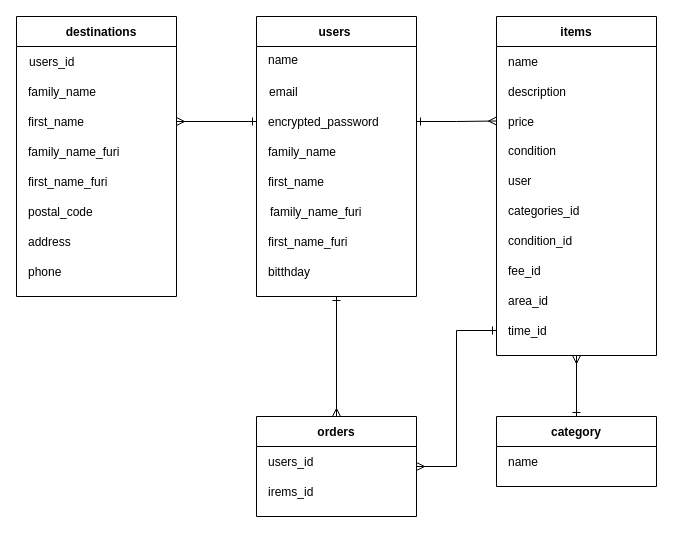
This is ER.dio from westvillege/furima-29642, a draw.io file, before an edit. Source tidied: cells renumbered, new cells numbered last; positions are measured from the earlier drawing's top-left corner, leaving out a move shared by most shapes. Both pictures are drawn from the tidied source at 100%, with x=0, y=0 at pixel (16, 16).
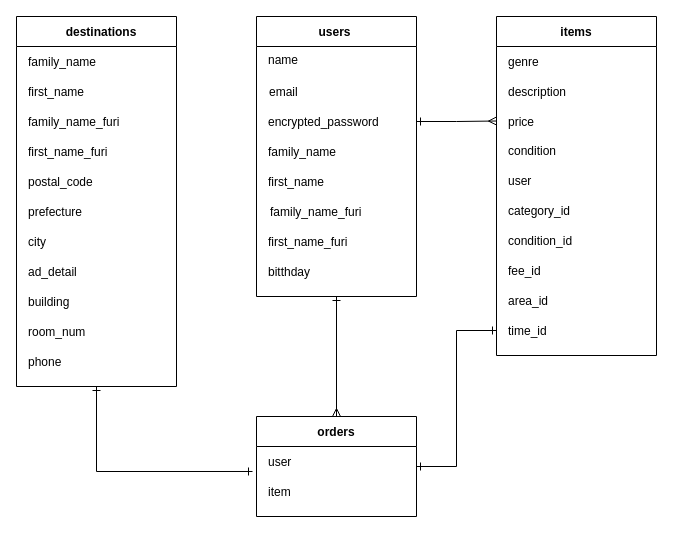
Above is the later version.

Unchanged cells that the change refers to:
```xml
<mxCell id="8" style="shape=partialRectangle;fillColor=none;top=0;left=0;bottom=0;right=0;points=[[0,0.5],[1,0.5]];portConstraint=eastwest;" parent="3" vertex="1">
  <mxGeometry y="90" width="160" height="30" as="geometry" />
</mxCell>
<mxCell id="37" value="items" style="shape=table;startSize=30;childLayout=tableLayout;rowLines=0;fontStyle=1;align=center;" parent="1" vertex="1">
  <mxGeometry x="480" width="160" height="339" as="geometry" />
</mxCell>
<mxCell id="38" style="shape=partialRectangle;fillColor=none;top=0;left=0;bottom=0;right=0;align=left;spacingLeft=10;" parent="37" vertex="1">
  <mxGeometry y="30" width="160" height="30" as="geometry" />
</mxCell>
<mxCell id="48" style="shape=partialRectangle;fillColor=none;top=0;left=0;bottom=0;right=0;" parent="37" vertex="1">
  <mxGeometry y="179" width="160" height="30" as="geometry" />
</mxCell>
<mxCell id="56" style="shape=partialRectangle;fillColor=none;top=0;left=0;bottom=0;right=0;points=[[0,0.5],[1,0.5]];portConstraint=eastwest;" parent="37" vertex="1">
  <mxGeometry y="299" width="160" height="30" as="geometry" />
</mxCell>
<mxCell id="62" value="orders" style="shape=table;startSize=30;childLayout=tableLayout;rowLines=0;fontStyle=1;align=center;" parent="1" vertex="1">
  <mxGeometry x="240" y="400" width="160" height="100" as="geometry" />
</mxCell>
<mxCell id="63" style="shape=partialRectangle;fillColor=none;top=0;left=0;bottom=0;right=0;points=[[0,0.5],[1,0.5]];portConstraint=eastwest;" parent="62" vertex="1">
  <mxGeometry y="30" width="160" height="30" as="geometry" />
</mxCell>
<mxCell id="65" style="shape=partialRectangle;fillColor=none;top=0;left=0;bottom=0;right=0;" parent="62" vertex="1">
  <mxGeometry y="60" width="160" height="30" as="geometry" />
</mxCell>
```

The edit, as a diff of the source:
```diff
@@
+    <mxCell id="70" style="edgeStyle=orthogonalEdgeStyle;rounded=0;jettySize=auto;html=1;exitX=0.5;exitY=1;exitDx=0;exitDy=0;entryX=-0.025;entryY=0.833;entryDx=0;entryDy=0;entryPerimeter=0;startArrow=ERone;startFill=0;endArrow=ERone;endFill=0;" parent="1" edge="1" source="20" target="63">
+      <mxGeometry relative="1" as="geometry" />
+    </mxCell>
     <mxCell id="20" value="destinations" style="shape=table;startSize=30;childLayout=tableLayout;rowLines=0;fontStyle=1;align=center;spacingLeft=10;" parent="1" vertex="1">
-      <mxGeometry width="160" height="280" as="geometry" />
+      <mxGeometry width="160" height="370" as="geometry" />
     </mxCell>
-    <mxCell id="21" style="shape=partialRectangle;fillColor=none;top=0;left=0;bottom=0;right=0;" parent="20" vertex="1">
-      <mxGeometry y="30" width="160" height="30" as="geometry" />
-    </mxCell>
-    <mxCell id="22" value="users_id" style="shape=partialRectangle;fillColor=none;top=0;left=0;bottom=0;right=0;overflow=hidden;align=left;spacingLeft=11;" parent="21" vertex="1">
-      <mxGeometry width="160" height="30" as="geometry" />
-    </mxCell>
     <mxCell id="23" style="shape=partialRectangle;fillColor=none;top=0;left=0;bottom=0;right=0;" parent="20" vertex="1">
-      <mxGeometry y="60" width="160" height="30" as="geometry" />
+      <mxGeometry y="30" width="160" height="30" as="geometry" />
     </mxCell>
@@
     <mxCell id="25" style="shape=partialRectangle;fillColor=none;top=0;left=0;bottom=0;right=0;points=[[0,0.5],[1,0.5]];portConstraint=eastwest;" parent="20" vertex="1">
-      <mxGeometry y="90" width="160" height="30" as="geometry" />
+      <mxGeometry y="60" width="160" height="30" as="geometry" />
     </mxCell>
@@
     <mxCell id="27" style="shape=partialRectangle;fillColor=none;top=0;left=0;bottom=0;right=0;" parent="20" vertex="1">
-      <mxGeometry y="120" width="160" height="30" as="geometry" />
+      <mxGeometry y="90" width="160" height="30" as="geometry" />
     </mxCell>
@@
     <mxCell id="29" style="shape=partialRectangle;fillColor=none;top=0;left=0;bottom=0;right=0;" parent="20" vertex="1">
-      <mxGeometry y="150" width="160" height="30" as="geometry" />
+      <mxGeometry y="120" width="160" height="30" as="geometry" />
     </mxCell>
@@
     <mxCell id="31" style="shape=partialRectangle;fillColor=none;top=0;left=0;bottom=0;right=0;" parent="20" vertex="1">
-      <mxGeometry y="180" width="160" height="30" as="geometry" />
+      <mxGeometry y="150" width="160" height="30" as="geometry" />
     </mxCell>
@@
     <mxCell id="33" style="shape=partialRectangle;fillColor=none;top=0;left=0;bottom=0;right=0;" parent="20" vertex="1">
-      <mxGeometry y="210" width="160" height="30" as="geometry" />
+      <mxGeometry y="180" width="160" height="30" as="geometry" />
     </mxCell>
-    <mxCell id="34" value="address" style="shape=partialRectangle;fillColor=none;top=0;left=0;bottom=0;right=0;overflow=hidden;align=left;spacingLeft=10;" parent="33" vertex="1">
+    <mxCell id="34" value="prefecture" style="shape=partialRectangle;fillColor=none;top=0;left=0;bottom=0;right=0;overflow=hidden;align=left;spacingLeft=10;" parent="33" vertex="1">
       <mxGeometry width="160" height="30" as="geometry" />
     </mxCell>
+    <mxCell id="71" style="shape=partialRectangle;fillColor=none;top=0;left=0;bottom=0;right=0;" parent="20" vertex="1">
+      <mxGeometry y="210" width="160" height="30" as="geometry" />
+    </mxCell>
+    <mxCell id="72" value="city" style="shape=partialRectangle;fillColor=none;top=0;left=0;bottom=0;right=0;overflow=hidden;align=left;spacingLeft=10;" parent="71" vertex="1">
+      <mxGeometry width="160" height="30" as="geometry" />
+    </mxCell>
+    <mxCell id="73" style="shape=partialRectangle;fillColor=none;top=0;left=0;bottom=0;right=0;" parent="20" vertex="1">
+      <mxGeometry y="240" width="160" height="30" as="geometry" />
+    </mxCell>
+    <mxCell id="74" value="ad_detail" style="shape=partialRectangle;fillColor=none;top=0;left=0;bottom=0;right=0;overflow=hidden;align=left;spacingLeft=10;" parent="73" vertex="1">
+      <mxGeometry width="160" height="30" as="geometry" />
+    </mxCell>
+    <mxCell id="75" style="shape=partialRectangle;fillColor=none;top=0;left=0;bottom=0;right=0;" parent="20" vertex="1">
+      <mxGeometry y="270" width="160" height="30" as="geometry" />
+    </mxCell>
+    <mxCell id="76" value="building" style="shape=partialRectangle;fillColor=none;top=0;left=0;bottom=0;right=0;overflow=hidden;align=left;spacingLeft=10;" parent="75" vertex="1">
+      <mxGeometry width="160" height="30" as="geometry" />
+    </mxCell>
+    <mxCell id="77" style="shape=partialRectangle;fillColor=none;top=0;left=0;bottom=0;right=0;" parent="20" vertex="1">
+      <mxGeometry y="300" width="160" height="30" as="geometry" />
+    </mxCell>
+    <mxCell id="78" value="room_num" style="shape=partialRectangle;fillColor=none;top=0;left=0;bottom=0;right=0;overflow=hidden;align=left;spacingLeft=10;" parent="77" vertex="1">
+      <mxGeometry width="160" height="30" as="geometry" />
+    </mxCell>
     <mxCell id="35" style="shape=partialRectangle;fillColor=none;top=0;left=0;bottom=0;right=0;" parent="20" vertex="1">
-      <mxGeometry y="240" width="160" height="30" as="geometry" />
+      <mxGeometry y="330" width="160" height="30" as="geometry" />
     </mxCell>
@@
-    <mxCell id="39" value="name" style="shape=partialRectangle;fillColor=none;top=0;left=0;bottom=0;right=0;overflow=hidden;align=left;spacingLeft=10;" parent="38" vertex="1">
+    <mxCell id="39" value="genre" style="shape=partialRectangle;fillColor=none;top=0;left=0;bottom=0;right=0;overflow=hidden;align=left;spacingLeft=10;" parent="38" vertex="1">
       <mxGeometry width="160" height="30" as="geometry" />
     </mxCell>
@@
-    <mxCell id="49" value="categories_id" style="shape=partialRectangle;fillColor=none;top=0;left=0;bottom=0;right=0;overflow=hidden;align=left;spacingLeft=10;" parent="48" vertex="1">
+    <mxCell id="49" value="category_id" style="shape=partialRectangle;fillColor=none;top=0;left=0;bottom=0;right=0;overflow=hidden;align=left;spacingLeft=10;" parent="48" vertex="1">
       <mxGeometry width="160" height="30" as="geometry" />
     </mxCell>
@@
-    <mxCell id="58" style="edgeStyle=orthogonalEdgeStyle;rounded=0;jettySize=auto;html=1;exitX=0.5;exitY=0;exitDx=0;exitDy=0;entryX=0.5;entryY=1;entryDx=0;entryDy=0;startArrow=ERone;startFill=0;endArrow=ERmany;endFill=0;" parent="1" edge="1" source="59" target="37">
-      <mxGeometry relative="1" as="geometry" />
-    </mxCell>
-    <mxCell id="59" value="category" style="shape=table;startSize=30;childLayout=tableLayout;rowLines=0;fontStyle=1;align=center;" parent="1" vertex="1">
-      <mxGeometry x="480" y="400" width="160" height="70" as="geometry" />
-    </mxCell>
-    <mxCell id="60" style="shape=partialRectangle;fillColor=none;top=0;left=0;bottom=0;right=0;" parent="59" vertex="1">
-      <mxGeometry y="30" width="160" height="30" as="geometry" />
-    </mxCell>
-    <mxCell id="61" value="name" style="shape=partialRectangle;fillColor=none;top=0;left=0;bottom=0;right=0;overflow=hidden;align=left;spacingLeft=10;" parent="60" vertex="1">
-      <mxGeometry width="160" height="30" as="geometry" />
-    </mxCell>
@@
-    <mxCell id="64" value="users_id" style="shape=partialRectangle;fillColor=none;top=0;left=0;bottom=0;right=0;overflow=hidden;align=left;spacingLeft=10;" parent="63" vertex="1">
+    <mxCell id="64" value="user" style="shape=partialRectangle;fillColor=none;top=0;left=0;bottom=0;right=0;overflow=hidden;align=left;spacingLeft=10;" parent="63" vertex="1">
       <mxGeometry width="160" height="30" as="geometry" />
     </mxCell>
@@
-    <mxCell id="66" value="irems_id" style="shape=partialRectangle;fillColor=none;top=0;left=0;bottom=0;right=0;overflow=hidden;align=left;spacingLeft=10;" parent="65" vertex="1">
+    <mxCell id="66" value="item" style="shape=partialRectangle;fillColor=none;top=0;left=0;bottom=0;right=0;overflow=hidden;align=left;spacingLeft=10;" parent="65" vertex="1">
       <mxGeometry width="160" height="30" as="geometry" />
     </mxCell>
-    <mxCell id="67" style="edgeStyle=orthogonalEdgeStyle;rounded=0;jettySize=auto;html=1;exitX=0;exitY=0.5;exitDx=0;exitDy=0;entryX=1;entryY=0.5;entryDx=0;entryDy=0;startArrow=ERone;startFill=0;endArrow=ERmany;endFill=0;" parent="1" edge="1" source="8" target="25">
-      <mxGeometry relative="1" as="geometry" />
-    </mxCell>
@@
-    <mxCell id="69" style="edgeStyle=elbowEdgeStyle;rounded=0;jettySize=auto;html=1;exitX=0;exitY=0.5;exitDx=0;exitDy=0;startArrow=ERone;startFill=0;endArrow=ERmany;endFill=0;" parent="1" edge="1" source="56" target="62">
+    <mxCell id="69" style="edgeStyle=elbowEdgeStyle;rounded=0;jettySize=auto;html=1;exitX=0;exitY=0.5;exitDx=0;exitDy=0;startArrow=ERone;startFill=0;endArrow=ERone;endFill=0;" parent="1" edge="1" source="56" target="62">
       <mxGeometry relative="1" as="geometry" />
     </mxCell>
```
